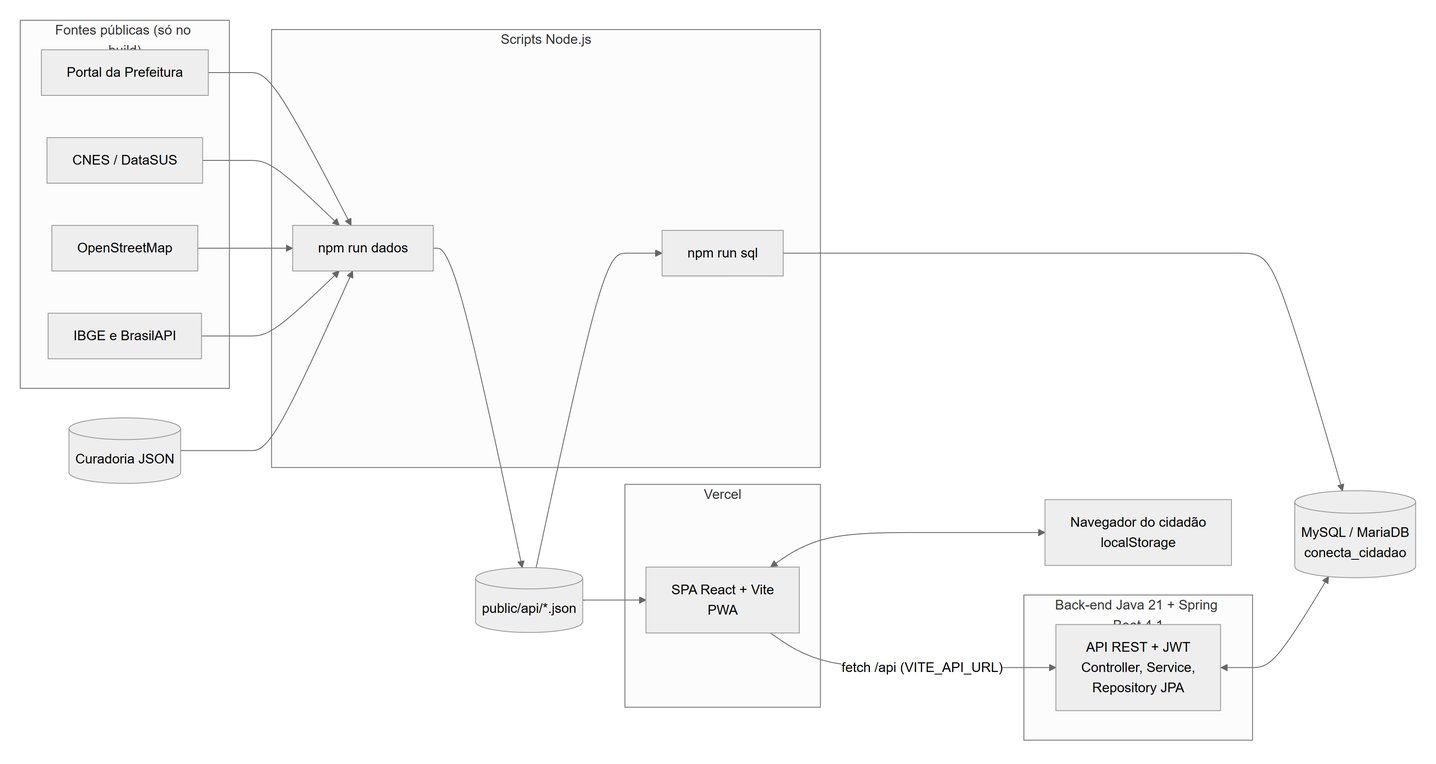
Above: docs/diagramas/arquitetura.png in MsShadeck/conecta-cidadao (Mermaid), before the change. Its source is kept beside it as docs/diagramas/arquitetura.mmd. Source of this version:
```mermaid
flowchart LR
  subgraph Fontes["Fontes públicas (só no build)"]
    PF[Portal da Prefeitura]
    CN[CNES / DataSUS]
    OSM[OpenStreetMap]
    IB[IBGE e BrasilAPI]
  end
  subgraph Build["Scripts Node.js"]
    AD[npm run dados]
    GS[npm run sql]
  end
  CU[(Curadoria JSON)]
  JS[(public/api/*.json)]
  DB[(MySQL / MariaDB<br/>conecta_cidadao)]
  subgraph Vercel["Vercel"]
    SPA[SPA React + Vite<br/>PWA]
  end
  subgraph Backend["Back-end Java 21 + Spring Boot 4.1"]
    API[API REST + JWT<br/>Controller, Service,<br/>Repository JPA]
  end
  N[Navegador do cidadão<br/>localStorage]
  PF & CN & OSM & IB --> AD
  CU --> AD
  AD --> JS
  JS --> GS --> DB
  JS --> SPA
  SPA <--> N
  SPA -- "fetch /api (VITE_API_URL)" --> API
  API <--> DB
```
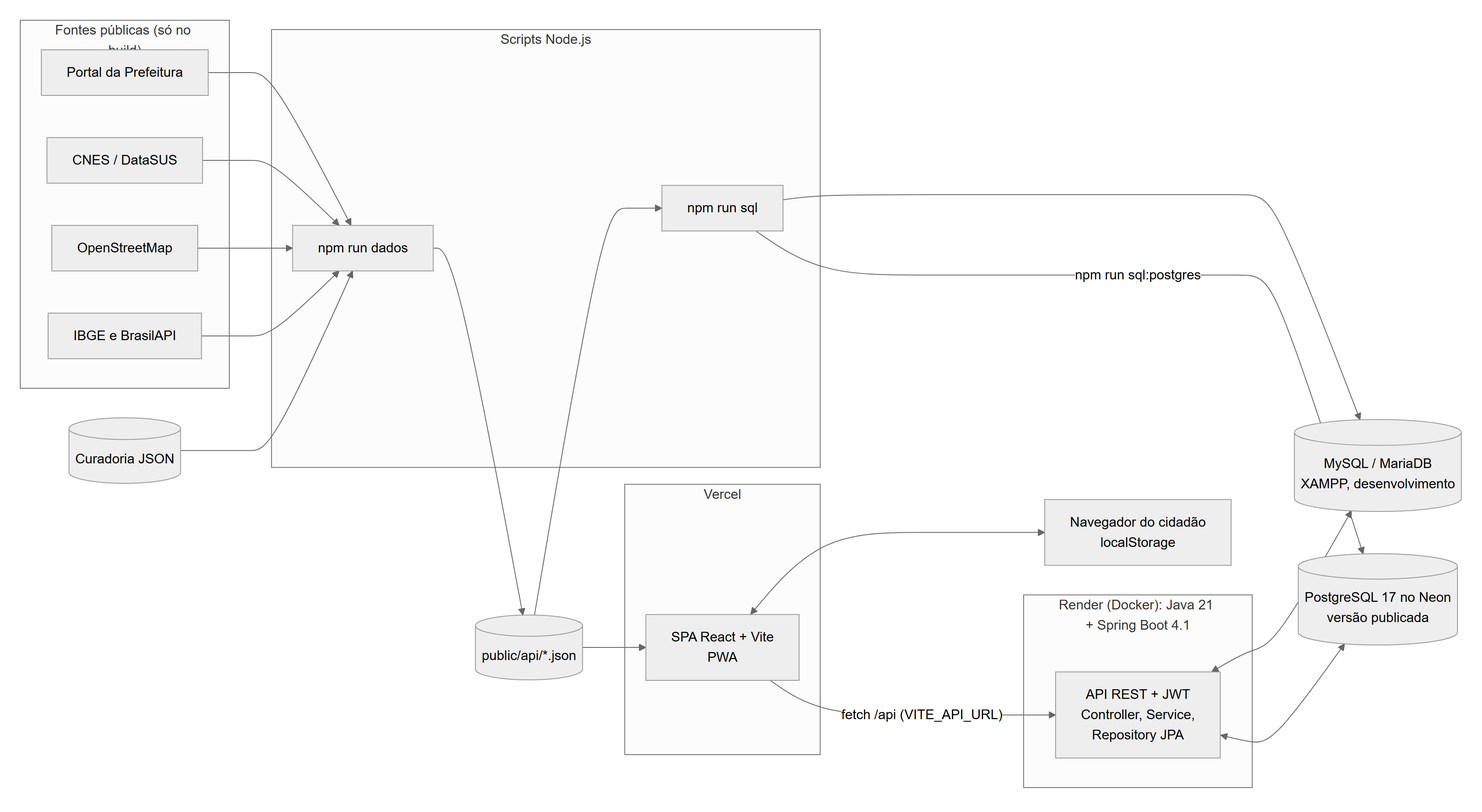
After the commit.

Commit message:
docs: versão publicada (Vercel + Render + Neon)

Diff of the diagram source:
```diff
@@ -11,11 +11,12 @@
   end
   CU[(Curadoria JSON)]
   JS[(public/api/*.json)]
-  DB[(MySQL / MariaDB<br/>conecta_cidadao)]
+  DB[(MySQL / MariaDB<br/>XAMPP, desenvolvimento)]
+  PG[(PostgreSQL 17 no Neon<br/>versão publicada)]
   subgraph Vercel["Vercel"]
     SPA[SPA React + Vite<br/>PWA]
   end
-  subgraph Backend["Back-end Java 21 + Spring Boot 4.1"]
+  subgraph Backend["Render (Docker): Java 21 + Spring Boot 4.1"]
     API[API REST + JWT<br/>Controller, Service,<br/>Repository JPA]
   end
   N[Navegador do cidadão<br/>localStorage]
@@ -23,7 +24,9 @@
   CU --> AD
   AD --> JS
   JS --> GS --> DB
+  GS -- "npm run sql:postgres" --> PG
   JS --> SPA
   SPA <--> N
   SPA -- "fetch /api (VITE_API_URL)" --> API
   API <--> DB
+  API <--> PG
```
